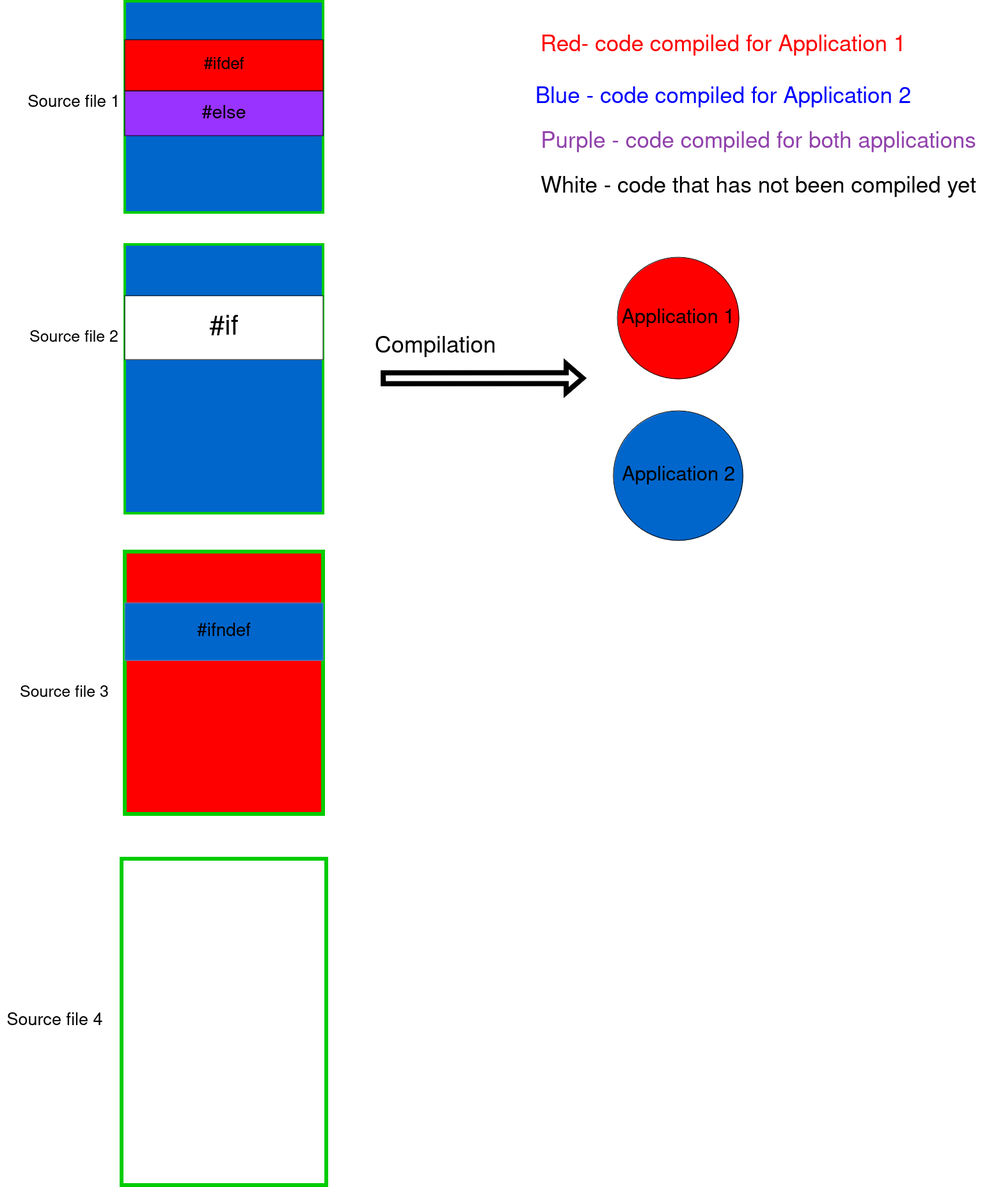
The draw.io diagram docs/compile_cov.png in CSBonLaboratory/Unikraft-Scanner, before a commit. Source tidied: cells renumbered, new cells last; positions are measured from the earlier drawing's top-left corner, leaving out a move shared by most shapes.
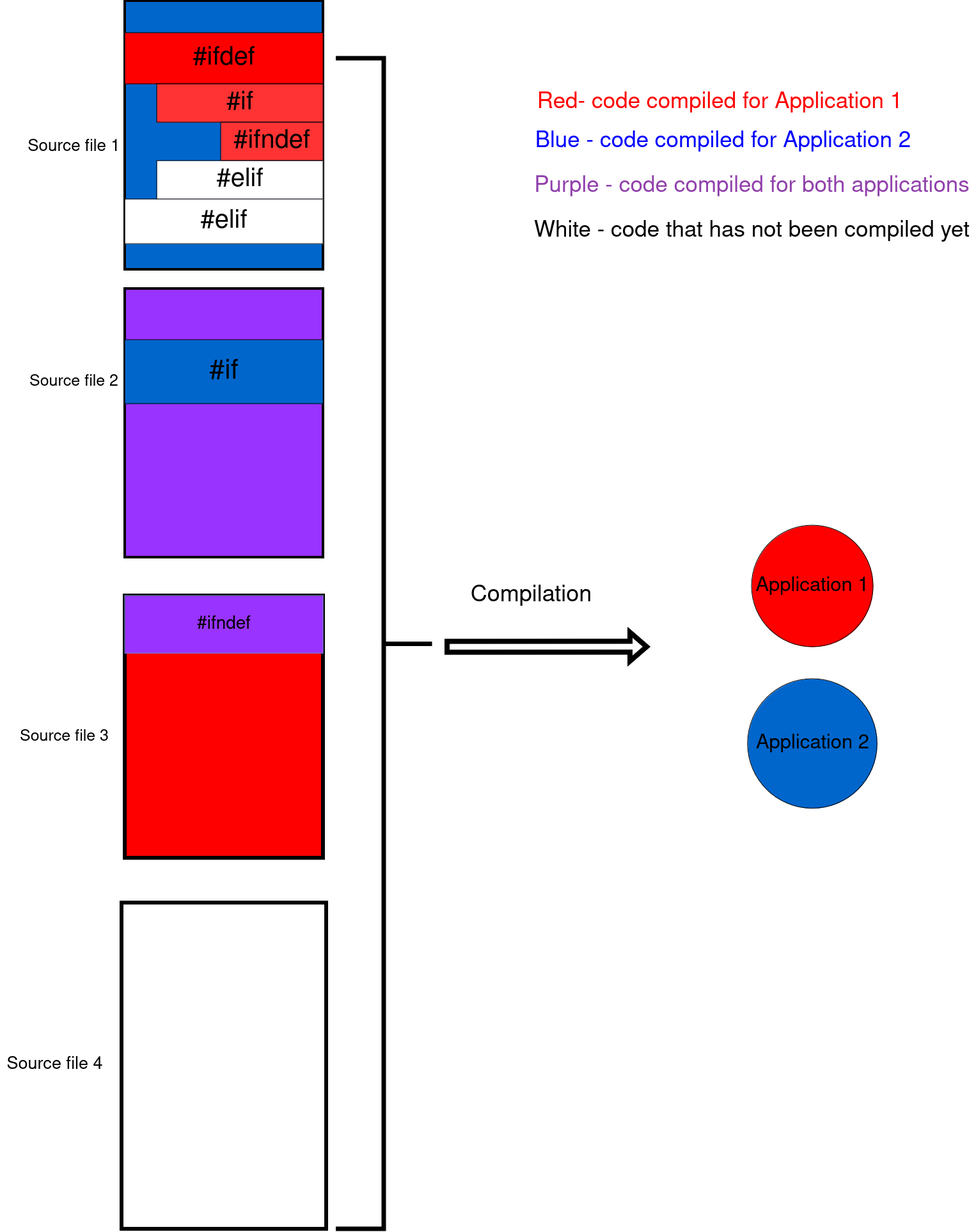
The same diagram one commit later.

What changed in the source:
```diff
@@ -2,23 +2,23 @@
   <root>
     <mxCell id="0" />
     <mxCell id="1" parent="0" />
-    <mxCell id="2" style="rounded=0;whiteSpace=wrap;html=1;fillColor=#0066CC;strokeColor=#00CC00;strokeWidth=4;" parent="1" vertex="1">
-      <mxGeometry x="195" width="310" height="330" as="geometry" />
+    <mxCell id="2" style="rounded=0;whiteSpace=wrap;html=1;fillColor=#0066CC;strokeColor=#000000;strokeWidth=4;" parent="1" vertex="1">
+      <mxGeometry x="195" y="-70" width="310" height="420" as="geometry" />
     </mxCell>
-    <mxCell id="3" value="&lt;font style=&quot;font-size: 26px;&quot;&gt;#ifdef&lt;/font&gt;" style="rounded=0;whiteSpace=wrap;html=1;fillColor=#FF0000;gradientColor=none;gradientDirection=north;fillOpacity=100;strokeOpacity=100;" parent="1" vertex="1">
-      <mxGeometry x="195" y="60" width="310" height="80" as="geometry" />
+    <mxCell id="3" value="&lt;font style=&quot;font-size: 40px;&quot;&gt;#ifdef&lt;/font&gt;" style="rounded=0;whiteSpace=wrap;html=1;fillColor=#FF0000;gradientColor=none;gradientDirection=north;fillOpacity=100;strokeOpacity=100;" parent="1" vertex="1">
+      <mxGeometry x="195" y="-20" width="310" height="80" as="geometry" />
     </mxCell>
-    <mxCell id="4" value="&lt;font style=&quot;font-size: 29px;&quot;&gt;#&lt;font style=&quot;font-size: 29px;&quot;&gt;else&lt;/font&gt;&lt;/font&gt;" style="rounded=0;whiteSpace=wrap;html=1;gradientColor=none;fillColor=#9933FF;" parent="1" vertex="1">
-      <mxGeometry x="195" y="140" width="310" height="70" as="geometry" />
+    <mxCell id="4" value="&lt;font style=&quot;font-size: 40px;&quot;&gt;#&lt;font style=&quot;font-size: 40px;&quot;&gt;elif&lt;/font&gt;&lt;/font&gt;" style="rounded=0;whiteSpace=wrap;html=1;gradientColor=none;fillColor=#FFFFFF;" parent="1" vertex="1">
+      <mxGeometry x="195" y="240" width="310" height="70" as="geometry" />
     </mxCell>
-    <mxCell id="5" style="rounded=0;whiteSpace=wrap;html=1;fillColor=#0066CC;strokeColor=#00CC00;strokeWidth=4;" parent="1" vertex="1">
+    <mxCell id="5" style="rounded=0;whiteSpace=wrap;html=1;fillColor=#9933FF;strokeColor=#000000;strokeWidth=4;" parent="1" vertex="1">
       <mxGeometry x="195" y="380" width="310" height="420" as="geometry" />
     </mxCell>
-    <mxCell id="6" style="rounded=0;whiteSpace=wrap;html=1;fillColor=#FF0000;strokeColor=#00CC00;strokeWidth=6;" parent="1" vertex="1">
+    <mxCell id="6" style="rounded=0;whiteSpace=wrap;html=1;fillColor=#FF0000;strokeColor=#000000;strokeWidth=6;" parent="1" vertex="1">
       <mxGeometry x="195" y="860" width="310" height="410" as="geometry" />
     </mxCell>
-    <mxCell id="7" value="&lt;font style=&quot;font-size: 28px;&quot;&gt;#ifndef&lt;/font&gt;" style="rounded=0;whiteSpace=wrap;html=1;fillColor=#0066CC;strokeColor=#6c8ebf;fillStyle=auto;" parent="1" vertex="1">
-      <mxGeometry x="195" y="940" width="310" height="90" as="geometry" />
+    <mxCell id="7" value="&lt;font style=&quot;font-size: 28px;&quot;&gt;#ifndef&lt;/font&gt;" style="rounded=0;whiteSpace=wrap;html=1;fillColor=#9933ff;strokeColor=#6c8ebf;fillStyle=auto;" parent="1" vertex="1">
+      <mxGeometry x="195" y="860" width="310" height="90" as="geometry" />
     </mxCell>
     <mxCell id="8" value="&lt;div style=&quot;font-size: 26px;&quot;&gt;&lt;font style=&quot;font-size: 26px;&quot;&gt;Source file 1&lt;/font&gt;&lt;/div&gt;&lt;div style=&quot;font-size: 26px;&quot;&gt;&lt;font style=&quot;font-size: 26px;&quot;&gt;&lt;br&gt;&lt;/font&gt;&lt;/div&gt;" style="text;html=1;align=center;verticalAlign=middle;strokeColor=none;fillColor=none;" parent="1" vertex="1">
       <mxGeometry x="30" y="135" width="170" height="80" as="geometry" />
@@ -30,40 +30,52 @@
       <mxGeometry x="20" y="1060" width="160" height="40" as="geometry" />
     </mxCell>
     <mxCell id="11" value="&lt;font style=&quot;font-size: 31px;&quot;&gt;Application 1&lt;/font&gt;" style="ellipse;whiteSpace=wrap;html=1;fillColor=#FF0000;" parent="1" vertex="1">
-      <mxGeometry x="965" y="400" width="190" height="190" as="geometry" />
+      <mxGeometry x="1175" y="750" width="190" height="190" as="geometry" />
     </mxCell>
     <mxCell id="12" value="&lt;font style=&quot;font-size: 31px;&quot;&gt;Application 2&lt;br&gt;&lt;/font&gt;" style="ellipse;whiteSpace=wrap;html=1;fillColor=#0066CC;" parent="1" vertex="1">
-      <mxGeometry x="958.8" y="640" width="202.5" height="202.5" as="geometry" />
+      <mxGeometry x="1168.8" y="990" width="202.5" height="202.5" as="geometry" />
     </mxCell>
     <mxCell id="13" style="shape=flexArrow;endArrow=classic;html=1;rounded=0;strokeWidth=8;" parent="1" edge="1">
       <mxGeometry relative="1" as="geometry">
-        <mxPoint x="595" y="589.2" as="sourcePoint" />
-        <mxPoint x="915" y="589" as="targetPoint" />
+        <mxPoint x="695" y="940.2" as="sourcePoint" />
+        <mxPoint x="1015" y="940" as="targetPoint" />
       </mxGeometry>
     </mxCell>
     <mxCell id="14" value="&lt;div style=&quot;font-size: 25px;&quot;&gt;&lt;font style=&quot;font-size: 36px;&quot;&gt;Compilation&lt;/font&gt;&lt;/div&gt;" style="text;html=1;align=center;verticalAlign=middle;strokeColor=none;fillColor=none;" parent="1" vertex="1">
-      <mxGeometry x="575" y="510" width="210" height="60" as="geometry" />
+      <mxGeometry x="725" y="830" width="210" height="60" as="geometry" />
     </mxCell>
-    <mxCell id="15" style="rounded=0;whiteSpace=wrap;html=1;strokeColor=#00CC00;strokeWidth=6;" parent="1" vertex="1">
+    <mxCell id="15" style="rounded=0;whiteSpace=wrap;html=1;strokeColor=#000000;strokeWidth=6;" parent="1" vertex="1">
       <mxGeometry x="190" y="1340" width="320" height="510" as="geometry" />
     </mxCell>
     <mxCell id="16" value="&lt;font style=&quot;font-size: 27px;&quot;&gt;Source file 4&lt;/font&gt;" style="text;html=1;align=center;verticalAlign=middle;strokeColor=none;fillColor=none;" parent="1" vertex="1">
       <mxGeometry y="1568" width="170" height="50" as="geometry" />
     </mxCell>
-    <mxCell id="17" value="&lt;font style=&quot;font-size: 43px;&quot;&gt;#if&lt;/font&gt;" style="rounded=0;whiteSpace=wrap;html=1;" parent="1" vertex="1">
+    <mxCell id="17" value="&lt;font style=&quot;font-size: 43px;&quot;&gt;#if&lt;/font&gt;" style="rounded=0;whiteSpace=wrap;html=1;fillColor=#0066cc;" parent="1" vertex="1">
       <mxGeometry x="195" y="460" width="310" height="100" as="geometry" />
     </mxCell>
     <mxCell id="18" value="&lt;font color=&quot;#ff0000&quot; style=&quot;font-size: 35px;&quot;&gt;Red- code compiled for Application 1&lt;br&gt;&lt;br&gt;&lt;/font&gt;" style="text;html=1;align=center;verticalAlign=middle;strokeColor=none;fillColor=none;" parent="1" vertex="1">
-      <mxGeometry x="830" y="40" width="600" height="100" as="geometry" />
+      <mxGeometry x="825" y="60" width="600" height="100" as="geometry" />
     </mxCell>
     <mxCell id="19" value="&lt;font color=&quot;#0000ff&quot; style=&quot;font-size: 35px;&quot;&gt;Blue - code compiled for Application 2 &lt;/font&gt;" style="text;html=1;align=center;verticalAlign=middle;strokeColor=none;fillColor=none;" parent="1" vertex="1">
       <mxGeometry x="825" y="120" width="610" height="60" as="geometry" />
     </mxCell>
     <mxCell id="20" value="&lt;font color=&quot;#9141ac&quot; style=&quot;font-size: 35px;&quot;&gt;Purple - code compiled for both applications&lt;/font&gt;" style="text;html=1;align=center;verticalAlign=middle;strokeColor=none;fillColor=none;" parent="1" vertex="1">
-      <mxGeometry x="835" y="190" width="700" height="60" as="geometry" />
+      <mxGeometry x="825" y="190" width="700" height="60" as="geometry" />
     </mxCell>
     <mxCell id="21" value="&lt;font style=&quot;font-size: 35px;&quot;&gt;White - code that has not been compiled yet&lt;/font&gt;" style="text;html=1;align=center;verticalAlign=middle;strokeColor=none;fillColor=none;" parent="1" vertex="1">
-      <mxGeometry x="835" y="260" width="700" height="60" as="geometry" />
+      <mxGeometry x="825" y="260" width="700" height="60" as="geometry" />
     </mxCell>
+    <mxCell id="22" style="strokeWidth=7;html=1;shape=mxgraph.flowchart.annotation_2;align=left;labelPosition=right;rotation=-180;" parent="1" vertex="1">
+      <mxGeometry x="525" y="20" width="150" height="1830" as="geometry" />
+    </mxCell>
+    <mxCell id="23" value="&lt;font style=&quot;font-size: 40px;&quot;&gt;#if&lt;/font&gt;" style="rounded=0;whiteSpace=wrap;html=1;fillColor=#FF3333;" parent="1" vertex="1">
+      <mxGeometry x="245" y="60" width="260" height="60" as="geometry" />
+    </mxCell>
+    <mxCell id="24" value="&lt;font style=&quot;font-size: 40px;&quot;&gt;#ifndef&lt;/font&gt;" style="rounded=0;whiteSpace=wrap;html=1;fillColor=#FF3333;" parent="1" vertex="1">
+      <mxGeometry x="345" y="120" width="160" height="60" as="geometry" />
+    </mxCell>
+    <mxCell id="25" value="&lt;font style=&quot;font-size: 40px;&quot;&gt;#elif&lt;/font&gt;" style="rounded=0;whiteSpace=wrap;html=1;fillColor=#FFFFFF;" parent="1" vertex="1">
+      <mxGeometry x="245" y="180" width="260" height="60" as="geometry" />
+    </mxCell>
   </root>
 </mxGraphModel>
```
